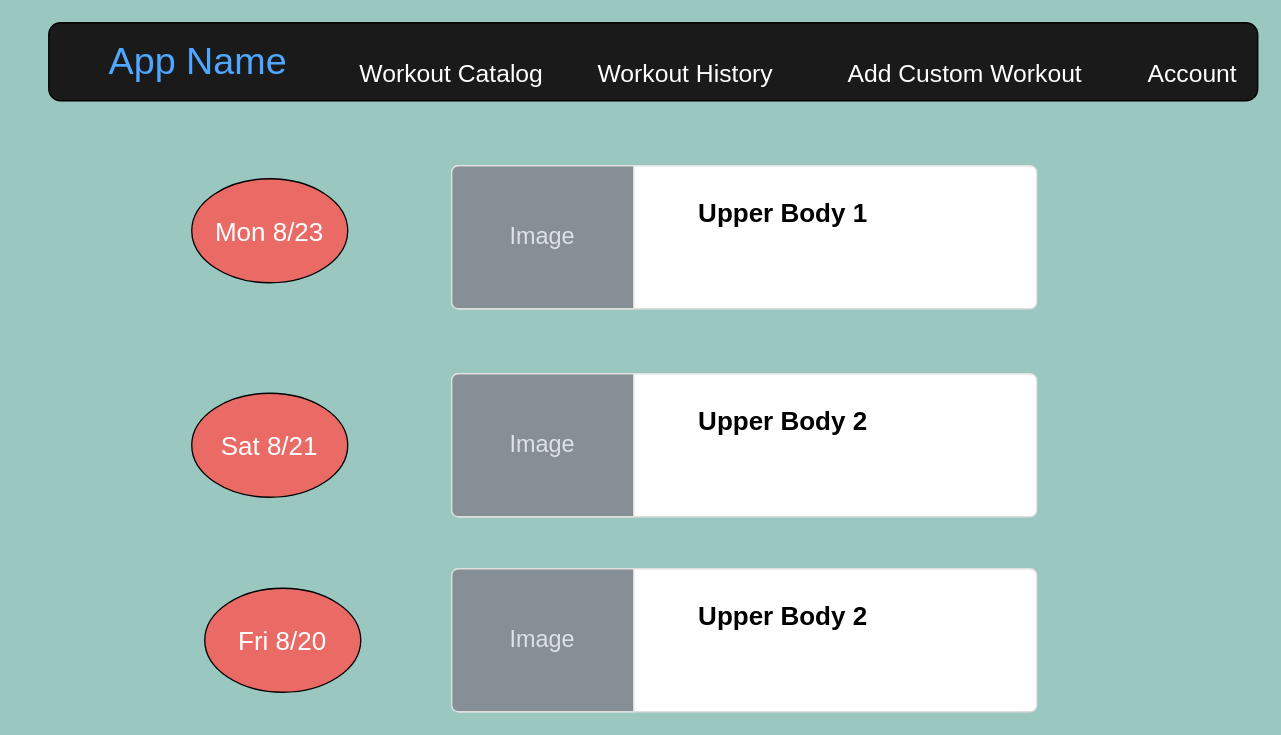
Before: page "Workout History" (9 of 9) of Untitled Diagram.drawio in ashmiller002/codercizers, a draw.io diagram. Source tidied: cells renumbered, new cells numbered last; positions are measured from the earlier drawing's top-left corner, leaving out a move shared by most shapes. Both pictures are drawn from the tidied source at 130%, with x=0, y=0 at pixel (22, 22).
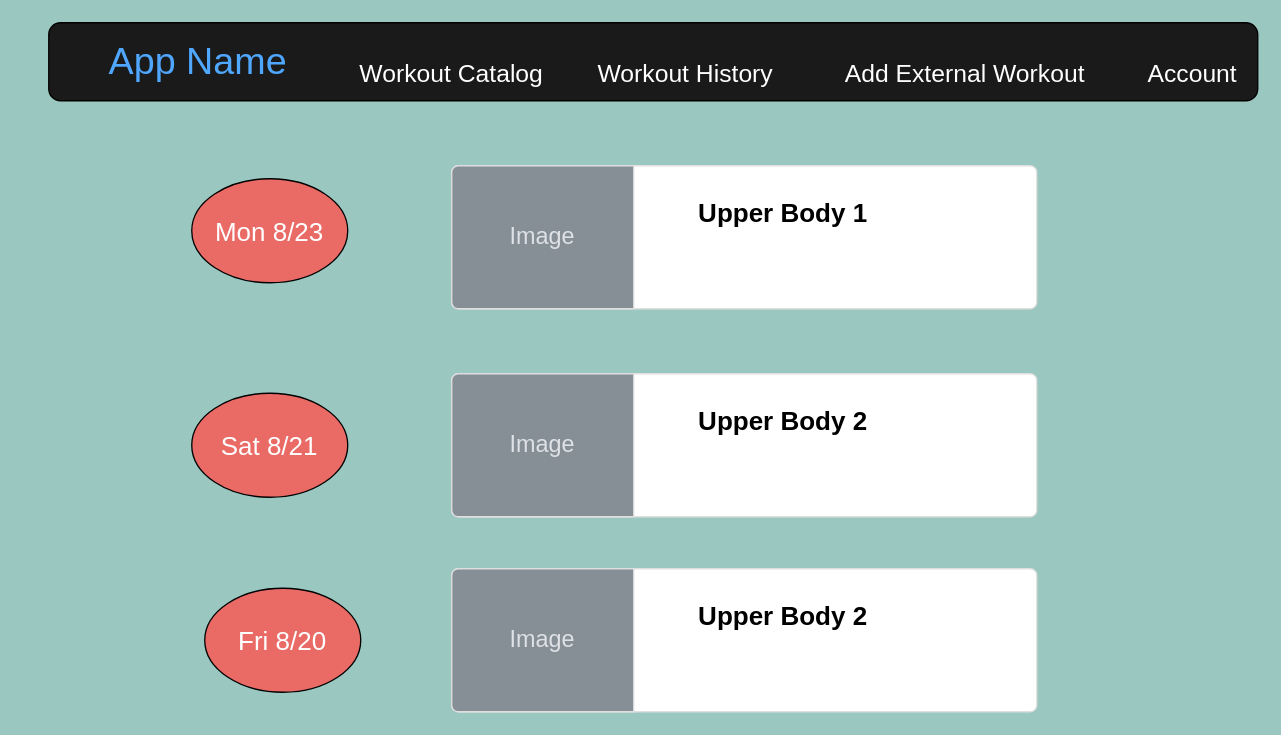
Above is the later version.

What changed in the source:
```diff
@@
 <mxGraphModel background="#9AC7BF">
   <root>
     <mxCell id="0" />
     <mxCell id="1" parent="0" />
     <mxCell id="2" style="group;" parent="1" vertex="1">
       <mxGeometry x="20" width="930" height="60" as="geometry" />
     </mxCell>
     <mxCell id="3" style="rounded=1;whiteSpace=wrap;html=1;fillColor=#1A1A1A;" parent="2" vertex="1">
       <mxGeometry width="930" height="60" as="geometry" />
     </mxCell>
     <mxCell id="4" value="App Name" style="text;html=1;strokeColor=none;fillColor=none;align=center;verticalAlign=middle;whiteSpace=wrap;rounded=0;fontSize=29;fontColor=#4FA7FF;" parent="2" vertex="1">
       <mxGeometry x="-20" y="20" width="270" height="20" as="geometry" />
     </mxCell>
     <mxCell id="5" value="&lt;font&gt;Account&lt;/font&gt;" style="text;html=1;strokeColor=none;fillColor=none;align=center;verticalAlign=middle;whiteSpace=wrap;rounded=0;fontSize=19;fontColor=#FFFFFF;" parent="2" vertex="1">
       <mxGeometry x="860" y="30" width="40" height="20" as="geometry" />
     </mxCell>
     <mxCell id="6" value="&lt;font&gt;Workout History&lt;/font&gt;" style="text;html=1;strokeColor=none;fillColor=none;align=center;verticalAlign=middle;whiteSpace=wrap;rounded=0;fontSize=19;fontColor=#FFFFFF;" parent="2" vertex="1">
       <mxGeometry x="410" y="30" width="160" height="20" as="geometry" />
     </mxCell>
     <mxCell id="7" value="&lt;font&gt;Workout Catalog&lt;/font&gt;" style="text;html=1;strokeColor=none;fillColor=none;align=center;verticalAlign=middle;whiteSpace=wrap;rounded=0;fontSize=19;fontColor=#FFFFFF;" parent="2" vertex="1">
       <mxGeometry x="220" y="30" width="180" height="20" as="geometry" />
     </mxCell>
-    <mxCell id="8" value="&lt;font&gt;Add Custom Workout&lt;br&gt;&lt;/font&gt;" style="text;html=1;strokeColor=none;fillColor=none;align=center;verticalAlign=middle;whiteSpace=wrap;rounded=0;fontSize=19;fontColor=#FFFFFF;" parent="1" vertex="1">
+    <mxCell id="8" value="&lt;font&gt;Add External Workout&lt;br&gt;&lt;/font&gt;" style="text;html=1;strokeColor=none;fillColor=none;align=center;verticalAlign=middle;whiteSpace=wrap;rounded=0;fontSize=19;fontColor=#FFFFFF;" parent="1" vertex="1">
       <mxGeometry x="600" y="30" width="250" height="20" as="geometry" />
     </mxCell>
     <mxCell id="9" value="&lt;span style=&quot;font-size: 20px&quot;&gt;&lt;b&gt;Upper Body 1&lt;/b&gt;&lt;/span&gt;" style="html=1;shadow=0;dashed=0;shape=mxgraph.bootstrap.rrect;rSize=5;strokeColor=#DFDFDF;html=1;whiteSpace=wrap;fillColor=#ffffff;fontColor=#000000;verticalAlign=top;align=left;spacing=20;fontSize=14;spacingLeft=170;" parent="1" vertex="1">
       <mxGeometry x="330" y="110" width="450" height="110" as="geometry" />
     </mxCell>
     <mxCell id="10" value="Image" style="html=1;shadow=0;dashed=0;shape=mxgraph.bootstrap.leftButton;rSize=5;perimeter=none;whiteSpace=wrap;fillColor=#868E96;strokeColor=#DFDFDF;fontColor=#DEE2E6;fontSize=18;" parent="9" vertex="1">
       <mxGeometry width="140" height="110" relative="1" as="geometry" />
     </mxCell>
     <mxCell id="11" value="&lt;span style=&quot;font-size: 20px&quot;&gt;&lt;b&gt;Upper Body 2&lt;/b&gt;&lt;/span&gt;" style="html=1;shadow=0;dashed=0;shape=mxgraph.bootstrap.rrect;rSize=5;strokeColor=#DFDFDF;html=1;whiteSpace=wrap;fillColor=#ffffff;fontColor=#000000;verticalAlign=top;align=left;spacing=20;fontSize=14;spacingLeft=170;" parent="1" vertex="1">
       <mxGeometry x="330" y="270" width="450" height="110" as="geometry" />
     </mxCell>
     <mxCell id="12" value="Image" style="html=1;shadow=0;dashed=0;shape=mxgraph.bootstrap.leftButton;rSize=5;perimeter=none;whiteSpace=wrap;fillColor=#868E96;strokeColor=#DFDFDF;fontColor=#DEE2E6;fontSize=18;" parent="11" vertex="1">
       <mxGeometry width="140" height="110" relative="1" as="geometry" />
     </mxCell>
     <mxCell id="13" value="Mon 8/23" style="ellipse;whiteSpace=wrap;html=1;fontSize=20;fontColor=#FFFFFF;fillColor=#EA6B66;" parent="1" vertex="1">
       <mxGeometry x="130" y="120" width="120" height="80" as="geometry" />
     </mxCell>
     <mxCell id="14" value="Sat 8/21" style="ellipse;whiteSpace=wrap;html=1;fontSize=20;fontColor=#FFFFFF;fillColor=#EA6B66;" parent="1" vertex="1">
       <mxGeometry x="130" y="285" width="120" height="80" as="geometry" />
     </mxCell>
     <mxCell id="15" value="&lt;span style=&quot;font-size: 20px&quot;&gt;&lt;b&gt;Upper Body 2&lt;/b&gt;&lt;/span&gt;" style="html=1;shadow=0;dashed=0;shape=mxgraph.bootstrap.rrect;rSize=5;strokeColor=#DFDFDF;html=1;whiteSpace=wrap;fillColor=#ffffff;fontColor=#000000;verticalAlign=top;align=left;spacing=20;fontSize=14;spacingLeft=170;" parent="1" vertex="1">
       <mxGeometry x="330" y="420" width="450" height="110" as="geometry" />
     </mxCell>
     <mxCell id="16" value="Image" style="html=1;shadow=0;dashed=0;shape=mxgraph.bootstrap.leftButton;rSize=5;perimeter=none;whiteSpace=wrap;fillColor=#868E96;strokeColor=#DFDFDF;fontColor=#DEE2E6;fontSize=18;" parent="15" vertex="1">
       <mxGeometry width="140" height="110" relative="1" as="geometry" />
     </mxCell>
     <mxCell id="17" value="Fri 8/20" style="ellipse;whiteSpace=wrap;html=1;fontSize=20;fontColor=#FFFFFF;fillColor=#EA6B66;" parent="1" vertex="1">
       <mxGeometry x="140" y="435" width="120" height="80" as="geometry" />
     </mxCell>
   </root>
 </mxGraphModel>
```
